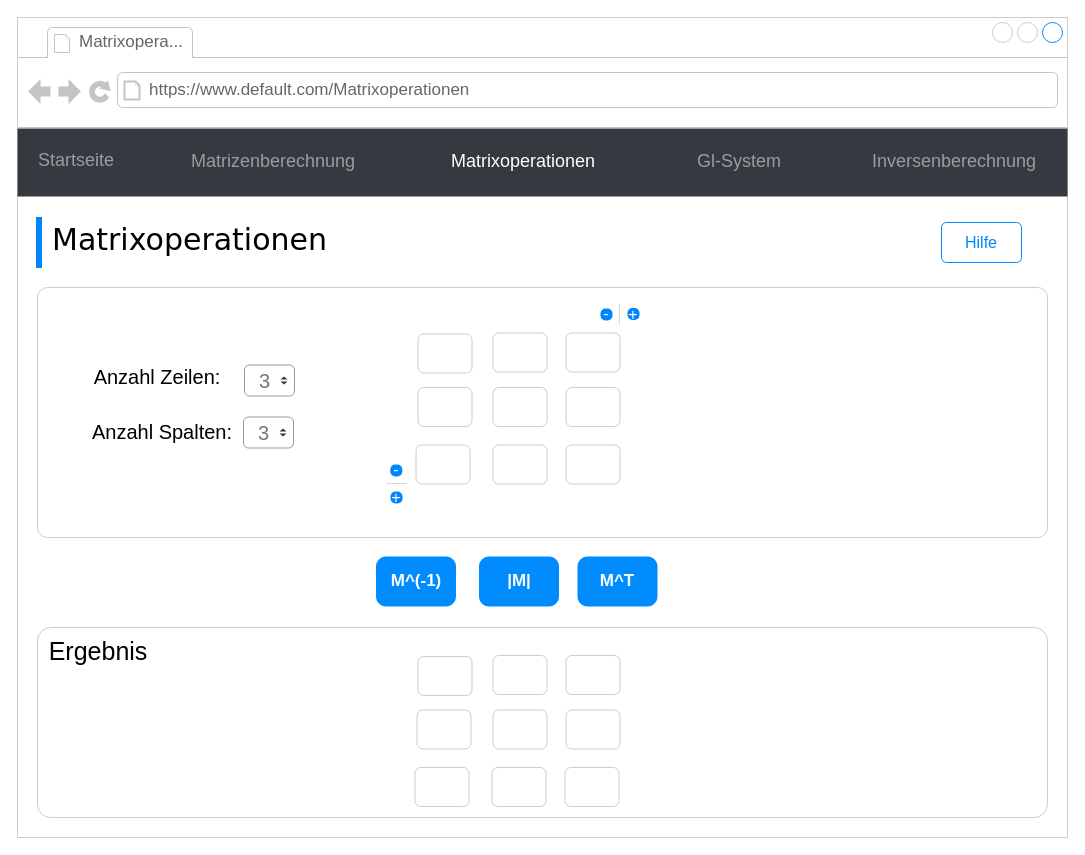
This is mockup/mockup_matrixoperationen.drawio from finitearth/Gaussian-Elimination-GUI, a draw.io file, before an edit. Source tidied: cells renumbered, new cells numbered last; positions are measured from the earlier drawing's top-left corner, leaving out a move shared by most shapes. Both pictures are drawn from the tidied source at 100%, with x=0, y=0 at pixel (17, 17).
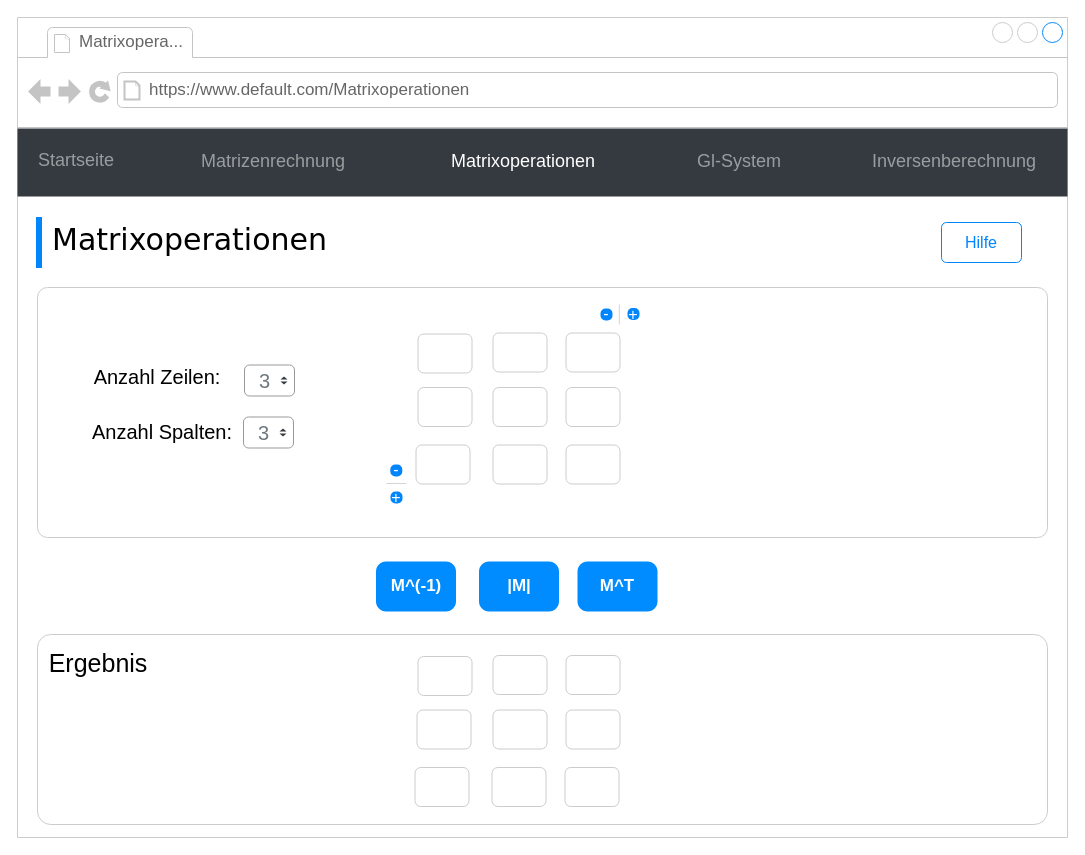
After the change.

Unchanged cells that the change refers to:
```xml
<mxCell id="2" style="strokeWidth=1;shadow=0;dashed=0;align=center;html=1;shape=mxgraph.mockup.containers.browserWindow;rSize=0;strokeColor=#CCCCCC;mainText=,;rounded=0;labelBackgroundColor=none;fontFamily=Verdana;fontSize=12;" parent="1" vertex="1">
  <mxGeometry width="1050" height="820" as="geometry" />
</mxCell>
<mxCell id="46" style="html=1;shadow=0;dashed=0;fillColor=#343A40;strokeColor=none;fontSize=18;fontColor=#ffffff;align=left;spacing=15;" parent="1" vertex="1">
  <mxGeometry y="111" width="1050" height="68" as="geometry" />
</mxCell>
```

The edit, as a diff of the source:
```diff
@@
     <mxCell id="13" value="M^(-1)" style="strokeWidth=1;shadow=0;dashed=0;align=center;html=1;shape=mxgraph.mockup.buttons.button;strokeColor=none;fontColor=#ffffff;mainText=;buttonStyle=round;fontSize=17;fontStyle=1;fillColor=#008cff;whiteSpace=wrap;" parent="2" vertex="1">
-      <mxGeometry x="358.5" y="539" width="80" height="50" as="geometry" />
+      <mxGeometry x="358.5" y="544" width="80" height="50" as="geometry" />
     </mxCell>
     <mxCell id="14" value="M^T" style="strokeWidth=1;shadow=0;dashed=0;align=center;html=1;shape=mxgraph.mockup.buttons.button;strokeColor=none;fontColor=#ffffff;mainText=;buttonStyle=round;fontSize=17;fontStyle=1;fillColor=#008cff;whiteSpace=wrap;" parent="2" vertex="1">
-      <mxGeometry x="560" y="539" width="80" height="50" as="geometry" />
+      <mxGeometry x="560" y="544" width="80" height="50" as="geometry" />
     </mxCell>
     <mxCell id="15" value="|M|" style="strokeWidth=1;shadow=0;dashed=0;align=center;html=1;shape=mxgraph.mockup.buttons.button;strokeColor=none;fontColor=#ffffff;mainText=;buttonStyle=round;fontSize=17;fontStyle=1;fillColor=#008cff;whiteSpace=wrap;" parent="2" vertex="1">
-      <mxGeometry x="461.5" y="539" width="80" height="50" as="geometry" />
+      <mxGeometry x="461.5" y="544" width="80" height="50" as="geometry" />
     </mxCell>
@@
     <mxCell id="33" value="&lt;font style=&quot;font-size: 25px;&quot;&gt;Ergebnis&lt;/font&gt;" style="text;html=1;strokeColor=none;fillColor=none;align=center;verticalAlign=middle;whiteSpace=wrap;rounded=0;" parent="2" vertex="1">
-      <mxGeometry x="51" y="618" width="60" height="30" as="geometry" />
+      <mxGeometry x="51" y="630" width="60" height="30" as="geometry" />
     </mxCell>
-    <mxCell id="34" style="rounded=1;whiteSpace=wrap;html=1;fillColor=none;strokeColor=#CCCCCC;arcSize=7;" parent="2" vertex="1">
-      <mxGeometry x="20" y="610" width="1010" height="190" as="geometry" />
+    <mxCell id="34" style="rounded=1;whiteSpace=wrap;html=1;fillColor=none;strokeColor=#CCCCCC;arcSize=7;align=right;" parent="2" vertex="1">
+      <mxGeometry x="20" y="617" width="1010" height="190" as="geometry" />
     </mxCell>
@@
-    <mxCell id="48" value="Matrizenberechnung" style="fillColor=none;strokeColor=none;fontSize=18;fontColor=#9A9DA0;align=center;" parent="46" vertex="1">
+    <mxCell id="48" value="Matrizenrechnung" style="fillColor=none;strokeColor=none;fontSize=18;fontColor=#9A9DA0;align=center;" parent="46" vertex="1">
       <mxGeometry width="70" height="40" relative="1" as="geometry">
         <mxPoint x="221" y="11" as="offset" />
       </mxGeometry>
     </mxCell>
```
